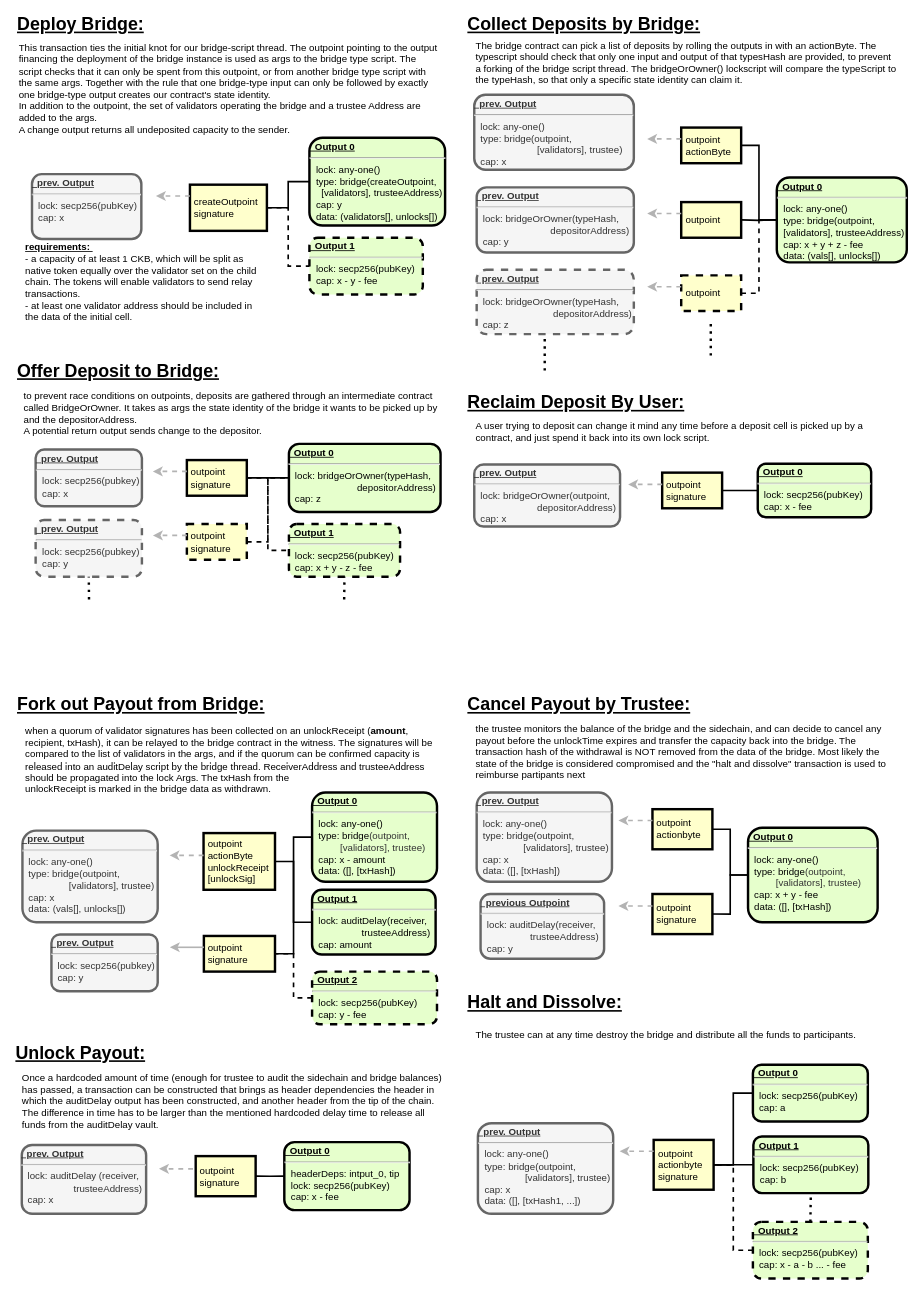
Earlier version of the draw.io diagram docs/parentBridgeTxns.drawio (leapdao/nervos). Source tidied: cells renumbered, new cells numbered last; positions are measured from the earlier drawing's top-left corner, leaving out a move shared by most shapes. Both pictures are drawn from the tidied source at 81%, with x=0, y=0 at pixel (13, 16).
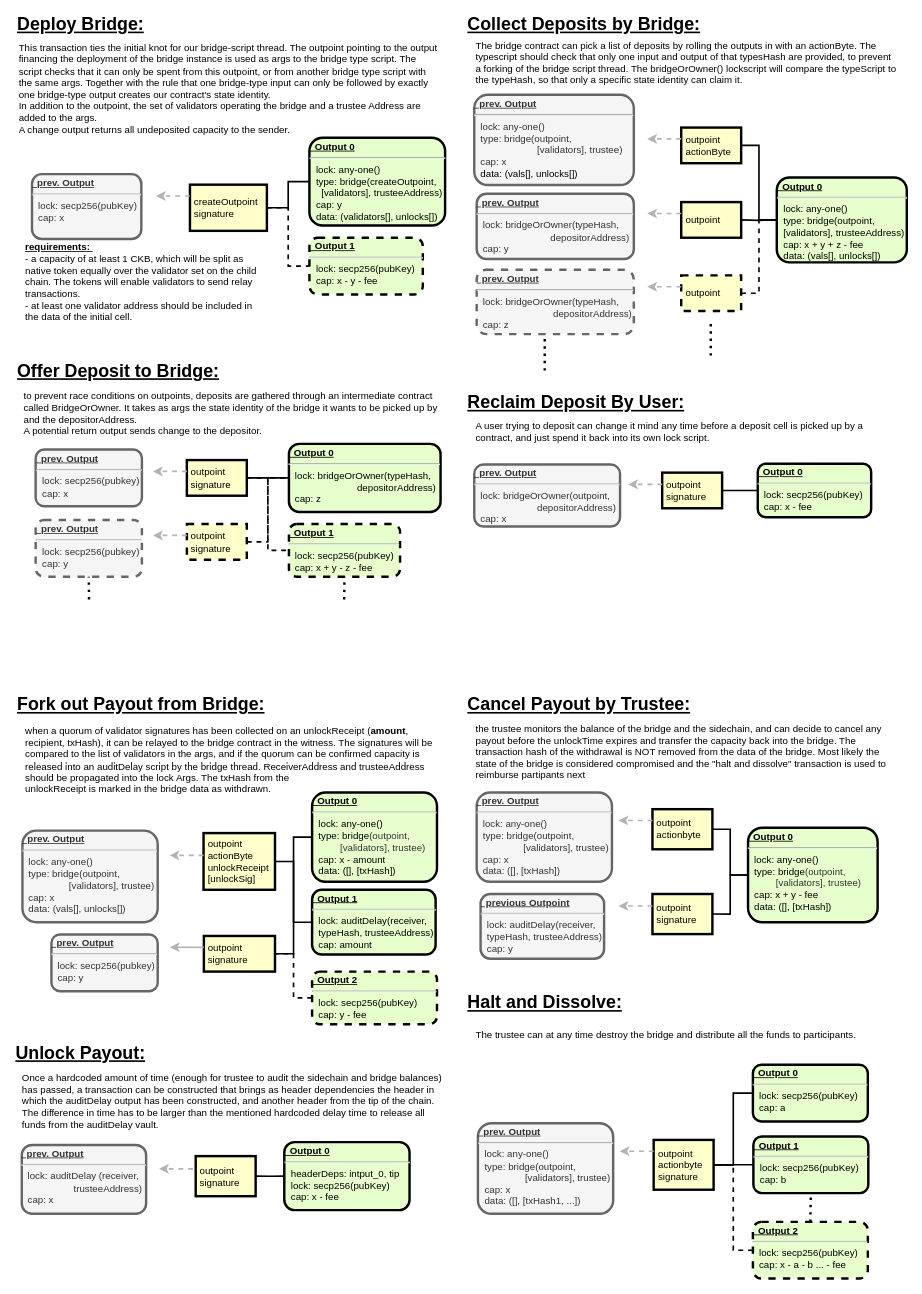
The same page after the edit.

Commit message (it also covers changes not shown here):
added typeHash to auditDelay

What changed in the source:
```diff
@@
     <mxCell id="20" value="&lt;p style=&quot;margin: 4px 0px 0px ; text-decoration: underline&quot;&gt;&lt;strong&gt;&amp;nbsp; prev. Output&lt;/strong&gt;&lt;strong&gt;&lt;br&gt;&lt;/strong&gt;&lt;/p&gt;&lt;hr&gt;&lt;p style=&quot;margin: 0px ; margin-left: 8px&quot;&gt;&lt;span style=&quot;font-weight: normal&quot;&gt;lock: bridgeOrOwner(typeHash, &lt;br&gt;&amp;nbsp; &amp;nbsp; &amp;nbsp; &amp;nbsp; &amp;nbsp; &amp;nbsp; &amp;nbsp; &amp;nbsp; &amp;nbsp; &amp;nbsp; &amp;nbsp; &amp;nbsp; &amp;nbsp;depositorAddress)&lt;br&gt;cap: y&lt;/span&gt;&lt;/p&gt;&lt;p style=&quot;margin: 0px ; margin-left: 8px&quot;&gt;&lt;br&gt;&lt;/p&gt;" style="verticalAlign=middle;align=left;overflow=fill;fontSize=12;fontFamily=Helvetica;html=1;rounded=1;fontStyle=1;strokeWidth=3;fillColor=#f5f5f5;strokeColor=#666666;fontColor=#333333;" parent="1" vertex="1">
-      <mxGeometry x="572" y="210.8" width="194" height="80.5" as="geometry" />
+      <mxGeometry x="572" y="218.8" width="194" height="80.5" as="geometry" />
     </mxCell>
@@
-    <mxCell id="36" value="&lt;p style=&quot;margin: 4px 0px 0px ; text-decoration: underline&quot;&gt;&lt;strong&gt;&amp;nbsp; Output 1&lt;br&gt;&lt;/strong&gt;&lt;/p&gt;&lt;hr&gt;&lt;p style=&quot;margin: 0px ; margin-left: 8px&quot;&gt;&lt;span style=&quot;font-weight: 400&quot;&gt;lock: auditDelay(receiver,&lt;br&gt;&amp;nbsp; &amp;nbsp; &amp;nbsp; &amp;nbsp; &amp;nbsp; &amp;nbsp; &amp;nbsp; &amp;nbsp; trusteeAddress)&lt;/span&gt;&lt;span style=&quot;font-weight: normal&quot;&gt;&lt;br&gt;cap: amount&lt;/span&gt;&lt;/p&gt;" style="verticalAlign=middle;align=left;overflow=fill;fontSize=12;fontFamily=Helvetica;html=1;rounded=1;fontStyle=1;strokeWidth=3;fillColor=#E6FFCC;" parent="1" vertex="1">
+    <mxCell id="36" value="&lt;p style=&quot;margin: 4px 0px 0px ; text-decoration: underline&quot;&gt;&lt;strong&gt;&amp;nbsp; Output 1&lt;br&gt;&lt;/strong&gt;&lt;/p&gt;&lt;hr&gt;&lt;p style=&quot;margin: 0px ; margin-left: 8px&quot;&gt;&lt;span style=&quot;font-weight: 400&quot;&gt;lock: auditDelay(receiver,&lt;br&gt;typeHash, trusteeAddress)&lt;/span&gt;&lt;span style=&quot;font-weight: normal&quot;&gt;&lt;br&gt;cap: amount&lt;/span&gt;&lt;/p&gt;" style="verticalAlign=middle;align=left;overflow=fill;fontSize=12;fontFamily=Helvetica;html=1;rounded=1;fontStyle=1;strokeWidth=3;fillColor=#E6FFCC;" parent="1" vertex="1">
       <mxGeometry x="368.8" y="1078" width="152.5" height="80" as="geometry" />
     </mxCell>
@@
-    <mxCell id="55" value="&lt;p style=&quot;margin: 4px 0px 0px ; text-decoration: underline&quot;&gt;&lt;strong&gt;&amp;nbsp; prev. Output&lt;/strong&gt;&lt;strong&gt;&lt;br&gt;&lt;/strong&gt;&lt;/p&gt;&lt;hr&gt;&lt;p style=&quot;margin: 0px ; margin-left: 8px&quot;&gt;&lt;span style=&quot;font-weight: normal&quot;&gt;lock: any-one()&lt;br&gt;type: bridge(outpoint,&lt;br&gt;&amp;nbsp; &amp;nbsp; &amp;nbsp; &amp;nbsp; &amp;nbsp; &amp;nbsp; &amp;nbsp; &amp;nbsp; &amp;nbsp; &amp;nbsp; &amp;nbsp;[validators], trustee)&lt;br&gt;cap: x&lt;/span&gt;&lt;/p&gt;&lt;p style=&quot;margin: 0px ; margin-left: 8px&quot;&gt;&lt;br&gt;&lt;/p&gt;" style="verticalAlign=middle;align=left;overflow=fill;fontSize=12;fontFamily=Helvetica;html=1;rounded=1;fontStyle=1;strokeWidth=3;fillColor=#f5f5f5;strokeColor=#666666;fontColor=#333333;" parent="1" vertex="1">
-      <mxGeometry x="569" y="96.5" width="197" height="92.5" as="geometry" />
+    <mxCell id="55" value="&lt;p style=&quot;margin: 4px 0px 0px ; text-decoration: underline&quot;&gt;&lt;strong&gt;&amp;nbsp; prev. Output&lt;/strong&gt;&lt;strong&gt;&lt;br&gt;&lt;/strong&gt;&lt;/p&gt;&lt;hr&gt;&lt;p style=&quot;margin: 0px ; margin-left: 8px&quot;&gt;&lt;span style=&quot;font-weight: normal&quot;&gt;lock: any-one()&lt;br&gt;type: bridge(outpoint,&lt;br&gt;&amp;nbsp; &amp;nbsp; &amp;nbsp; &amp;nbsp; &amp;nbsp; &amp;nbsp; &amp;nbsp; &amp;nbsp; &amp;nbsp; &amp;nbsp; &amp;nbsp;[validators], trustee)&lt;br&gt;cap: x&lt;/span&gt;&lt;/p&gt;&lt;p style=&quot;margin: 0px ; margin-left: 8px&quot;&gt;&lt;span style=&quot;color: rgb(0 , 0 , 0) ; font-weight: 400&quot;&gt;data: (vals[], unlocks[])&lt;/span&gt;&lt;br&gt;&lt;/p&gt;" style="verticalAlign=middle;align=left;overflow=fill;fontSize=12;fontFamily=Helvetica;html=1;rounded=1;fontStyle=1;strokeWidth=3;fillColor=#f5f5f5;strokeColor=#666666;fontColor=#333333;" parent="1" vertex="1">
+      <mxGeometry x="569" y="96.5" width="197" height="111.5" as="geometry" />
     </mxCell>
@@
-    <mxCell id="60" value="&lt;p style=&quot;margin: 4px 0px 0px ; text-decoration: underline&quot;&gt;&lt;strong&gt;&amp;nbsp; previous Outpoint&lt;br&gt;&lt;/strong&gt;&lt;/p&gt;&lt;hr&gt;&lt;p style=&quot;margin: 0px ; margin-left: 8px&quot;&gt;&lt;span style=&quot;font-weight: 400&quot;&gt;lock: auditDelay(receiver,&lt;br&gt;&amp;nbsp; &amp;nbsp; &amp;nbsp; &amp;nbsp; &amp;nbsp; &amp;nbsp; &amp;nbsp; &amp;nbsp; trusteeAddress)&lt;/span&gt;&lt;span style=&quot;font-weight: normal&quot;&gt;&lt;br&gt;cap: y&lt;/span&gt;&lt;/p&gt;" style="verticalAlign=middle;align=left;overflow=fill;fontSize=12;fontFamily=Helvetica;html=1;rounded=1;fontStyle=1;strokeWidth=3;fillColor=#f5f5f5;strokeColor=#666666;fontColor=#333333;" parent="1" vertex="1">
+    <mxCell id="60" value="&lt;p style=&quot;margin: 4px 0px 0px ; text-decoration: underline&quot;&gt;&lt;strong&gt;&amp;nbsp; previous Outpoint&lt;br&gt;&lt;/strong&gt;&lt;/p&gt;&lt;hr&gt;&lt;p style=&quot;margin: 0px ; margin-left: 8px&quot;&gt;&lt;span style=&quot;font-weight: 400&quot;&gt;lock: auditDelay(receiver,&lt;br&gt;typeHash, trusteeAddress)&lt;/span&gt;&lt;span style=&quot;font-weight: normal&quot;&gt;&lt;br&gt;cap: y&lt;/span&gt;&lt;/p&gt;" style="verticalAlign=middle;align=left;overflow=fill;fontSize=12;fontFamily=Helvetica;html=1;rounded=1;fontStyle=1;strokeWidth=3;fillColor=#f5f5f5;strokeColor=#666666;fontColor=#333333;" parent="1" vertex="1">
       <mxGeometry x="576.8" y="1083.2" width="152.5" height="80" as="geometry" />
     </mxCell>
```
